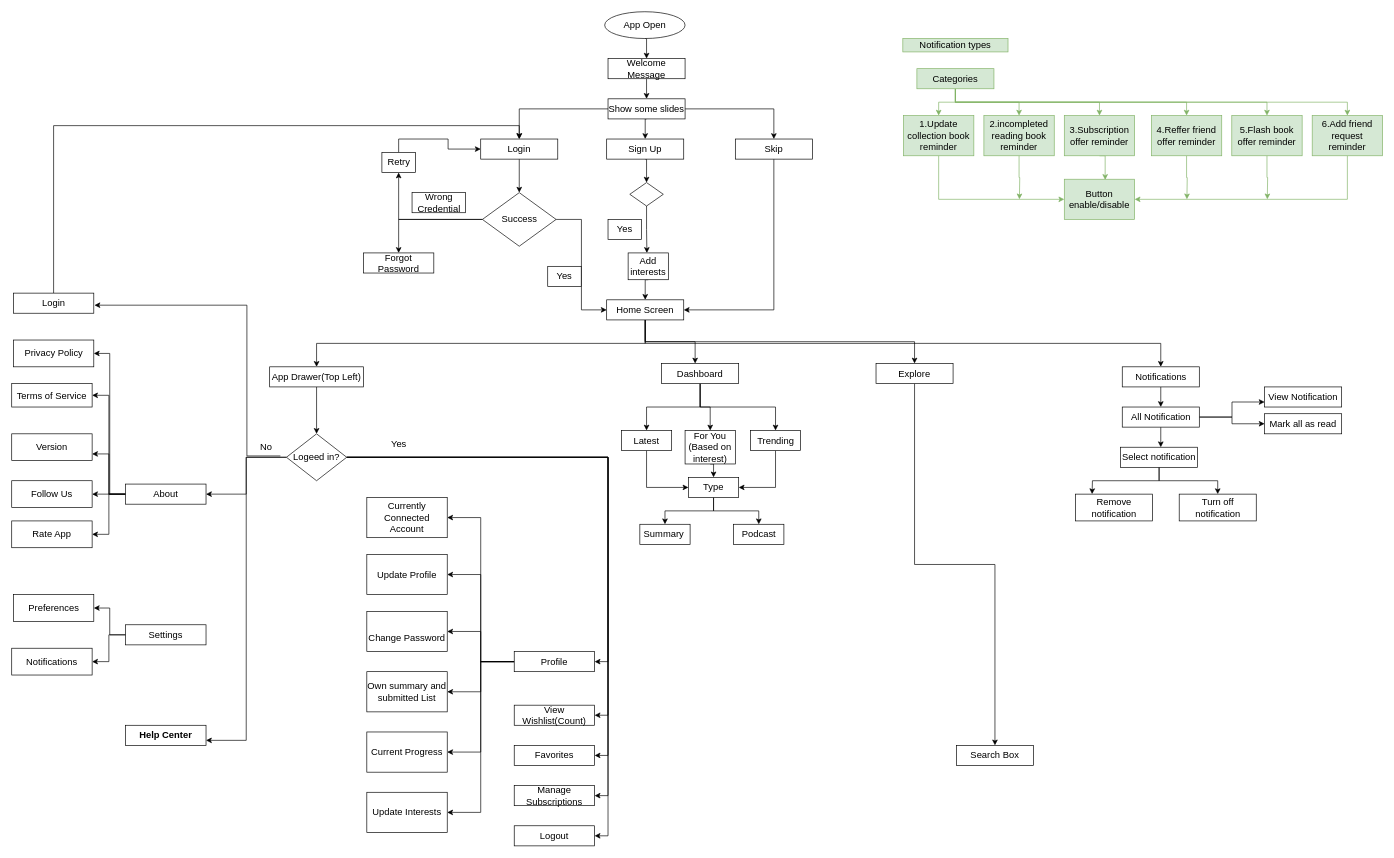
showkat2203/bookJuice keeps this draw.io diagram as BookJuice.drawio. Above is the earlier version. Source tidied: cells renumbered, new cells numbered last; positions are measured from the earlier drawing's top-left corner, leaving out a move shared by most shapes. Both pictures are drawn from the tidied source at 67%, with x=0, y=0 at pixel (11, 11).
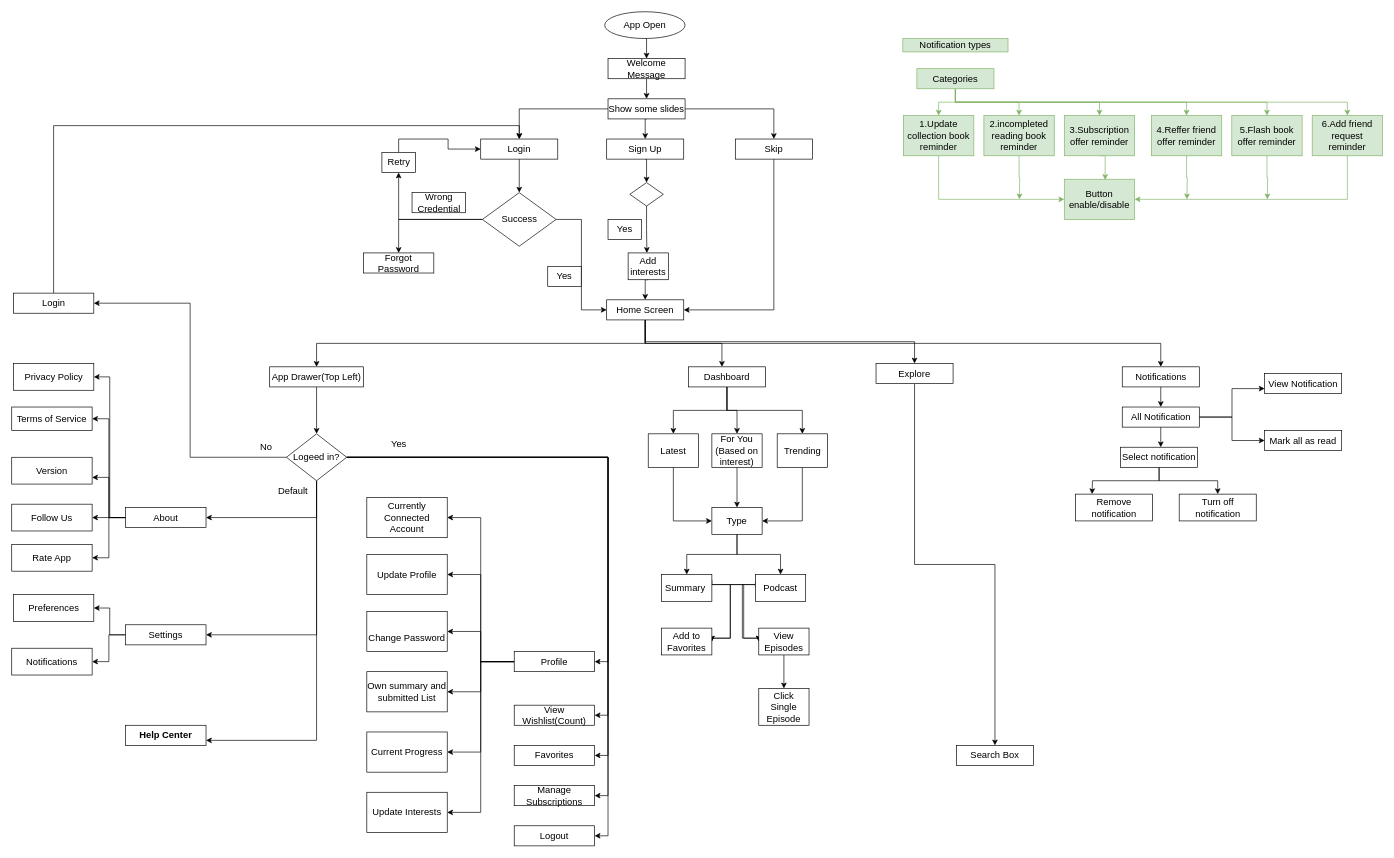
The same page after the edit.

Unchanged cells that the change refers to:
```xml
<mxCell id="101" value="&lt;font style=&quot;font-size: 14px;&quot;&gt;Logeed in?&lt;/font&gt;" style="rhombus;whiteSpace=wrap;html=1;fontSize=14;labelBorderColor=none;" parent="1" vertex="1">
  <mxGeometry x="410" y="630" width="90" height="70" as="geometry" />
</mxCell>
<mxCell id="114" value="&lt;span style=&quot;font-family: arial; background-color: transparent; vertical-align: baseline; font-size: 14px;&quot; id=&quot;docs-internal-guid-7bee5b74-7fff-d979-05ad-d3e87a958b2b&quot;&gt;&lt;font style=&quot;font-size: 14px;&quot;&gt;Settings&lt;/font&gt;&lt;/span&gt;" style="rounded=0;whiteSpace=wrap;html=1;fontSize=14;labelBorderColor=none;" parent="1" vertex="1">
  <mxGeometry x="170" y="915" width="120" height="30" as="geometry" />
</mxCell>
<mxCell id="130" value="&lt;span style=&quot;font-family: arial; background-color: transparent; font-weight: 700; vertical-align: baseline; font-size: 14px;&quot; id=&quot;docs-internal-guid-f700fdf9-7fff-9322-6906-772962752fa2&quot;&gt;&lt;font style=&quot;font-size: 14px;&quot;&gt;Help Center&lt;/font&gt;&lt;/span&gt;" style="rounded=0;whiteSpace=wrap;html=1;fontSize=14;labelBorderColor=none;" parent="1" vertex="1">
  <mxGeometry x="170" y="1065" width="120" height="30" as="geometry" />
</mxCell>
```

Diff of the diagram source:
```diff
@@
     <mxCell id="30" value="Dashboard" style="rounded=0;whiteSpace=wrap;html=1;fontSize=14;labelBorderColor=none;" parent="1" vertex="1">
-      <mxGeometry x="970" y="525" width="115" height="30" as="geometry" />
+      <mxGeometry x="1010" y="530" width="115" height="30" as="geometry" />
     </mxCell>
@@
     <mxCell id="46" value="Latest" style="rounded=0;whiteSpace=wrap;html=1;fontSize=14;labelBorderColor=none;" parent="1" vertex="1">
-      <mxGeometry x="910" y="625" width="75" height="30" as="geometry" />
+      <mxGeometry x="950" y="630" width="75" height="50" as="geometry" />
     </mxCell>
@@
     <mxCell id="48" value="For You&lt;br style=&quot;font-size: 14px;&quot;&gt;(Based on interest)" style="rounded=0;whiteSpace=wrap;html=1;fontSize=14;labelBorderColor=none;" parent="1" vertex="1">
-      <mxGeometry x="1005" y="625" width="75" height="50" as="geometry" />
+      <mxGeometry x="1045" y="630" width="75" height="50" as="geometry" />
     </mxCell>
@@
     <mxCell id="50" value="Trending" style="rounded=0;whiteSpace=wrap;html=1;fontSize=14;labelBorderColor=none;" parent="1" vertex="1">
-      <mxGeometry x="1102.5" y="625" width="75" height="30" as="geometry" />
+      <mxGeometry x="1142.5" y="630" width="75" height="50" as="geometry" />
     </mxCell>
+    <mxCell id="137" style="edgeStyle=orthogonalEdgeStyle;rounded=0;jettySize=auto;html=1;exitX=1;exitY=0.25;exitDx=0;exitDy=0;entryX=1;entryY=0.5;entryDx=0;entryDy=0;" parent="1" edge="1" source="51" target="144">
+      <mxGeometry relative="1" as="geometry">
+        <Array as="points">
+          <mxPoint x="1045.5" y="855" />
+          <mxPoint x="1072.5" y="855" />
+          <mxPoint x="1072.5" y="935" />
+        </Array>
+      </mxGeometry>
+    </mxCell>
+    <mxCell id="138" style="edgeStyle=orthogonalEdgeStyle;rounded=0;jettySize=auto;html=1;exitX=1;exitY=0.25;exitDx=0;exitDy=0;entryX=0;entryY=0.5;entryDx=0;entryDy=0;" parent="1" edge="1" source="51" target="146">
+      <mxGeometry relative="1" as="geometry">
+        <Array as="points">
+          <mxPoint x="1042.5" y="848" />
+          <mxPoint x="1042.5" y="855" />
+          <mxPoint x="1092.5" y="855" />
+          <mxPoint x="1092.5" y="935" />
+        </Array>
+      </mxGeometry>
+    </mxCell>
     <mxCell id="51" value="Summary&lt;span style=&quot;white-space: pre; font-size: 14px;&quot;&gt; &lt;/span&gt;" style="rounded=0;whiteSpace=wrap;html=1;fontSize=14;labelBorderColor=none;" parent="1" vertex="1">
-      <mxGeometry x="937.5" y="765" width="75" height="30" as="geometry" />
+      <mxGeometry x="970" y="840" width="75" height="40" as="geometry" />
     </mxCell>
+    <mxCell id="139" style="edgeStyle=orthogonalEdgeStyle;rounded=0;jettySize=auto;html=1;exitX=0;exitY=0.5;exitDx=0;exitDy=0;entryX=1;entryY=0.5;entryDx=0;entryDy=0;" parent="1" edge="1" source="52" target="144">
+      <mxGeometry relative="1" as="geometry">
+        <Array as="points">
+          <mxPoint x="1072.5" y="855" />
+          <mxPoint x="1072.5" y="935" />
+        </Array>
+      </mxGeometry>
+    </mxCell>
+    <mxCell id="140" style="edgeStyle=orthogonalEdgeStyle;rounded=0;jettySize=auto;html=1;exitX=0;exitY=0.25;exitDx=0;exitDy=0;entryX=0;entryY=0.5;entryDx=0;entryDy=0;" parent="1" edge="1" source="52" target="146">
+      <mxGeometry relative="1" as="geometry">
+        <Array as="points">
+          <mxPoint x="1110.5" y="855" />
+          <mxPoint x="1090.5" y="855" />
+          <mxPoint x="1090.5" y="935" />
+        </Array>
+      </mxGeometry>
+    </mxCell>
     <mxCell id="52" value="Podcast" style="rounded=0;whiteSpace=wrap;html=1;fontSize=14;labelBorderColor=none;" parent="1" vertex="1">
-      <mxGeometry x="1077.5" y="765" width="75" height="30" as="geometry" />
+      <mxGeometry x="1110" y="840" width="75" height="40" as="geometry" />
     </mxCell>
@@
     <mxCell id="55" value="Type" style="rounded=0;whiteSpace=wrap;html=1;fontSize=14;labelBorderColor=none;" parent="1" vertex="1">
-      <mxGeometry x="1010" y="695" width="75" height="30" as="geometry" />
+      <mxGeometry x="1045" y="740" width="75" height="40" as="geometry" />
     </mxCell>
@@
     <mxCell id="85" value="View Notification" style="rounded=0;whiteSpace=wrap;html=1;fontSize=14;labelBorderColor=none;" parent="1" vertex="1">
-      <mxGeometry x="1870" y="560" width="115" height="30" as="geometry" />
+      <mxGeometry x="1870" y="540" width="115" height="30" as="geometry" />
     </mxCell>
     <mxCell id="86" value="Mark all as read" style="rounded=0;whiteSpace=wrap;html=1;fontSize=14;labelBorderColor=none;" parent="1" vertex="1">
-      <mxGeometry x="1870" y="600" width="115" height="30" as="geometry" />
+      <mxGeometry x="1870" y="625" width="115" height="30" as="geometry" />
     </mxCell>
@@
+    <mxCell id="100" style="edgeStyle=orthogonalEdgeStyle;rounded=0;jettySize=auto;html=1;exitX=0.5;exitY=1;exitDx=0;exitDy=0;entryX=1;entryY=0.75;entryDx=0;entryDy=0;fontSize=14;" parent="1" edge="1" source="101" target="130">
+      <mxGeometry relative="1" as="geometry" />
+    </mxCell>
-    <mxCell id="99" style="edgeStyle=orthogonalEdgeStyle;rounded=0;jettySize=auto;html=1;exitX=0;exitY=0.5;exitDx=0;exitDy=0;entryX=1;entryY=0.5;entryDx=0;entryDy=0;fontSize=14;labelBorderColor=none;" parent="1" edge="1" source="101" target="122">
+    <mxCell id="99" style="edgeStyle=orthogonalEdgeStyle;rounded=0;jettySize=auto;html=1;exitX=0.5;exitY=1;exitDx=0;exitDy=0;entryX=1;entryY=0.5;entryDx=0;entryDy=0;fontSize=14;" parent="1" edge="1" source="101" target="122">
       <mxGeometry relative="1" as="geometry" />
     </mxCell>
-    <mxCell id="100" style="edgeStyle=orthogonalEdgeStyle;rounded=0;jettySize=auto;html=1;exitX=0;exitY=0.5;exitDx=0;exitDy=0;entryX=1;entryY=0.75;entryDx=0;entryDy=0;fontSize=14;labelBorderColor=none;" parent="1" edge="1" source="101" target="130">
-      <mxGeometry relative="1" as="geometry">
-        <Array as="points">
-          <mxPoint x="350" y="665" />
-          <mxPoint x="350" y="1088" />
-        </Array>
-      </mxGeometry>
-    </mxCell>
+    <mxCell id="141" style="edgeStyle=orthogonalEdgeStyle;rounded=0;jettySize=auto;html=1;exitX=0.5;exitY=1;exitDx=0;exitDy=0;entryX=1;entryY=0.5;entryDx=0;entryDy=0;fontSize=14;" parent="1" edge="1" source="101" target="114">
+      <mxGeometry relative="1" as="geometry" />
+    </mxCell>
+    <mxCell id="142" style="edgeStyle=orthogonalEdgeStyle;rounded=0;jettySize=auto;html=1;exitX=0;exitY=0.5;exitDx=0;exitDy=0;entryX=1;entryY=0.5;entryDx=0;entryDy=0;fontSize=14;" parent="1" edge="1" source="101" target="136">
+      <mxGeometry relative="1" as="geometry" />
+    </mxCell>
@@
     <mxCell id="122" value="&lt;span style=&quot;font-family: arial; background-color: transparent; vertical-align: baseline; font-size: 14px;&quot; id=&quot;docs-internal-guid-d14be29c-7fff-d73a-dcc5-bd1d11e58f45&quot;&gt;&lt;font style=&quot;font-size: 14px;&quot;&gt;About&lt;/font&gt;&lt;/span&gt;" style="rounded=0;whiteSpace=wrap;html=1;fontSize=14;labelBorderColor=none;" parent="1" vertex="1">
-      <mxGeometry x="170" y="705" width="120" height="30" as="geometry" />
+      <mxGeometry x="170" y="740" width="120" height="30" as="geometry" />
     </mxCell>
     <mxCell id="123" value="&lt;span style=&quot;font-family: arial; background-color: transparent; vertical-align: baseline; font-size: 14px;&quot; id=&quot;docs-internal-guid-602261ff-7fff-3757-f993-9a2d4871d25e&quot;&gt;&lt;font style=&quot;font-size: 14px;&quot;&gt;Privacy Policy&lt;/font&gt;&lt;/span&gt;" style="rounded=0;whiteSpace=wrap;html=1;fontSize=14;labelBorderColor=none;" parent="1" vertex="1">
-      <mxGeometry x="2.5" y="490" width="120" height="40" as="geometry" />
+      <mxGeometry x="2.5" y="525" width="120" height="40" as="geometry" />
     </mxCell>
     <mxCell id="124" value="&lt;span style=&quot;font-family: arial; background-color: transparent; vertical-align: baseline; font-size: 14px;&quot; id=&quot;docs-internal-guid-b72aa221-7fff-ebcf-56d5-abe154268393&quot;&gt;&lt;font style=&quot;font-size: 14px;&quot;&gt;Terms of Service&lt;/font&gt;&lt;/span&gt;" style="rounded=0;whiteSpace=wrap;html=1;fontSize=14;labelBorderColor=none;" parent="1" vertex="1">
-      <mxGeometry y="555" width="120" height="35" as="geometry" />
+      <mxGeometry y="590" width="120" height="35" as="geometry" />
     </mxCell>
     <mxCell id="125" value="&lt;span style=&quot;font-family: arial; background-color: transparent; vertical-align: baseline; font-size: 14px;&quot; id=&quot;docs-internal-guid-6229f248-7fff-383a-2ea3-e9755f648502&quot;&gt;&lt;font style=&quot;font-size: 14px;&quot;&gt;Version&lt;/font&gt;&lt;/span&gt;" style="rounded=0;whiteSpace=wrap;html=1;fontSize=14;labelBorderColor=none;" parent="1" vertex="1">
-      <mxGeometry y="630" width="120" height="40" as="geometry" />
+      <mxGeometry y="665" width="120" height="40" as="geometry" />
     </mxCell>
     <mxCell id="126" value="&lt;span style=&quot;font-family: arial; background-color: transparent; vertical-align: baseline; font-size: 14px;&quot; id=&quot;docs-internal-guid-7818c47c-7fff-75b6-cd96-94f05cfe4cc1&quot;&gt;&lt;font style=&quot;font-size: 14px;&quot;&gt;Follow Us&lt;/font&gt;&lt;/span&gt;" style="rounded=0;whiteSpace=wrap;html=1;fontSize=14;labelBorderColor=none;" parent="1" vertex="1">
-      <mxGeometry y="700" width="120" height="40" as="geometry" />
+      <mxGeometry y="735" width="120" height="40" as="geometry" />
     </mxCell>
     <mxCell id="127" value="&lt;font style=&quot;font-size: 14px;&quot;&gt;Rate App&lt;/font&gt;" style="rounded=0;whiteSpace=wrap;html=1;fontSize=14;labelBorderColor=none;" parent="1" vertex="1">
-      <mxGeometry y="760" width="120" height="40" as="geometry" />
+      <mxGeometry y="795" width="120" height="40" as="geometry" />
     </mxCell>
@@
-    <mxCell id="132" style="edgeStyle=orthogonalEdgeStyle;rounded=0;orthogonalLoop=1;jettySize=auto;html=1;exitX=1;exitY=1;exitDx=0;exitDy=0;entryX=1;entryY=0.5;entryDx=0;entryDy=0;fontSize=14;" parent="1" edge="1">
-      <mxGeometry relative="1" as="geometry">
-        <mxPoint x="401" y="663" as="sourcePoint" />
-        <mxPoint x="123.5" y="438" as="targetPoint" />
-        <Array as="points">
-          <mxPoint x="351" y="663" />
-          <mxPoint x="351" y="438" />
-        </Array>
-      </mxGeometry>
-    </mxCell>
@@
-    <mxCell id="136" value="&lt;span style=&quot;font-family: &amp;#34;arial&amp;#34; ; background-color: transparent ; vertical-align: baseline ; font-size: 14px&quot; id=&quot;docs-internal-guid-d14be29c-7fff-d73a-dcc5-bd1d11e58f45&quot;&gt;&lt;font style=&quot;font-size: 14px&quot;&gt;Login&lt;/font&gt;&lt;/span&gt;" style="rounded=0;whiteSpace=wrap;html=1;fontSize=14;labelBorderColor=none;" parent="1" vertex="1">
+    <mxCell id="136" value="&lt;span style=&quot;font-family: arial; background-color: transparent; vertical-align: baseline; font-size: 14px;&quot; id=&quot;docs-internal-guid-d14be29c-7fff-d73a-dcc5-bd1d11e58f45&quot;&gt;&lt;font style=&quot;font-size: 14px;&quot;&gt;Login&lt;/font&gt;&lt;/span&gt;" style="rounded=0;whiteSpace=wrap;html=1;fontSize=14;labelBorderColor=none;" parent="1" vertex="1">
       <mxGeometry x="2.5" y="420" width="120" height="30" as="geometry" />
     </mxCell>
+    <mxCell id="143" value="Default" style="text;html=1;strokeColor=none;fillColor=none;align=center;verticalAlign=middle;whiteSpace=wrap;rounded=0;fontSize=14;labelBorderColor=none;" parent="1" vertex="1">
+      <mxGeometry x="390" y="705" width="60" height="20" as="geometry" />
+    </mxCell>
+    <mxCell id="144" value="Add to Favorites" style="rounded=0;whiteSpace=wrap;html=1;fontSize=14;labelBorderColor=none;" parent="1" vertex="1">
+      <mxGeometry x="970" y="920" width="75" height="40" as="geometry" />
+    </mxCell>
+    <mxCell id="145" style="edgeStyle=orthogonalEdgeStyle;rounded=0;jettySize=auto;html=1;exitX=0.5;exitY=1;exitDx=0;exitDy=0;entryX=0.5;entryY=0;entryDx=0;entryDy=0;" parent="1" edge="1" source="146" target="147">
+      <mxGeometry relative="1" as="geometry" />
+    </mxCell>
+    <mxCell id="146" value="View Episodes" style="rounded=0;whiteSpace=wrap;html=1;fontSize=14;labelBorderColor=none;" parent="1" vertex="1">
+      <mxGeometry x="1115" y="920" width="75" height="40" as="geometry" />
+    </mxCell>
+    <mxCell id="147" value="Click Single Episode" style="rounded=0;whiteSpace=wrap;html=1;fontSize=14;labelBorderColor=none;" parent="1" vertex="1">
+      <mxGeometry x="1115" y="1010" width="75" height="55" as="geometry" />
+    </mxCell>
```
